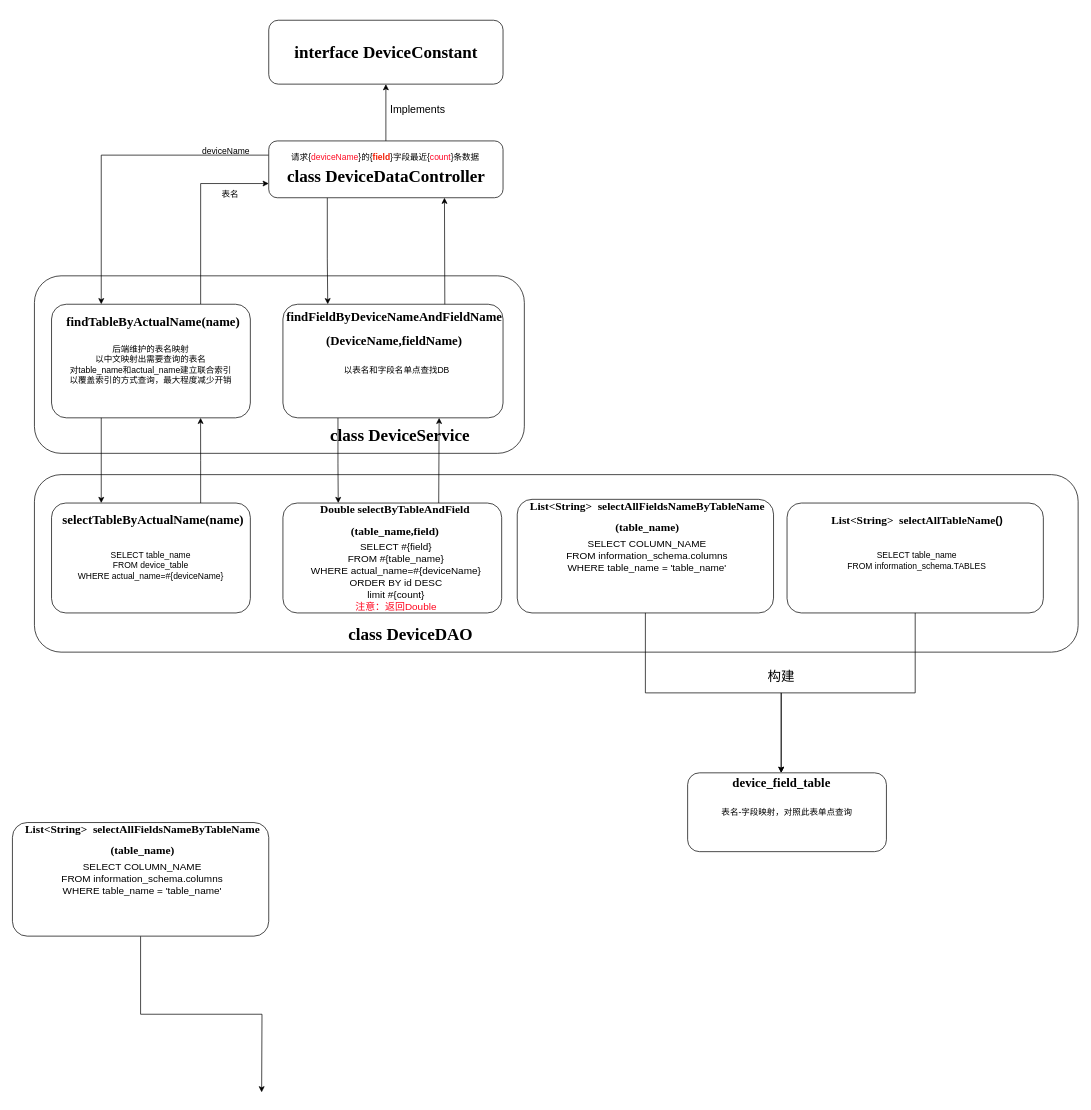
Before: 未命名绘图.drawio in RK-JD/DrawIO, a draw.io diagram. Source tidied: cells renumbered, new cells numbered last; positions are measured from the earlier drawing's top-left corner, leaving out a move shared by most shapes. Both pictures are drawn from the tidied source at 71%, with x=0, y=0 at pixel (12, 20).
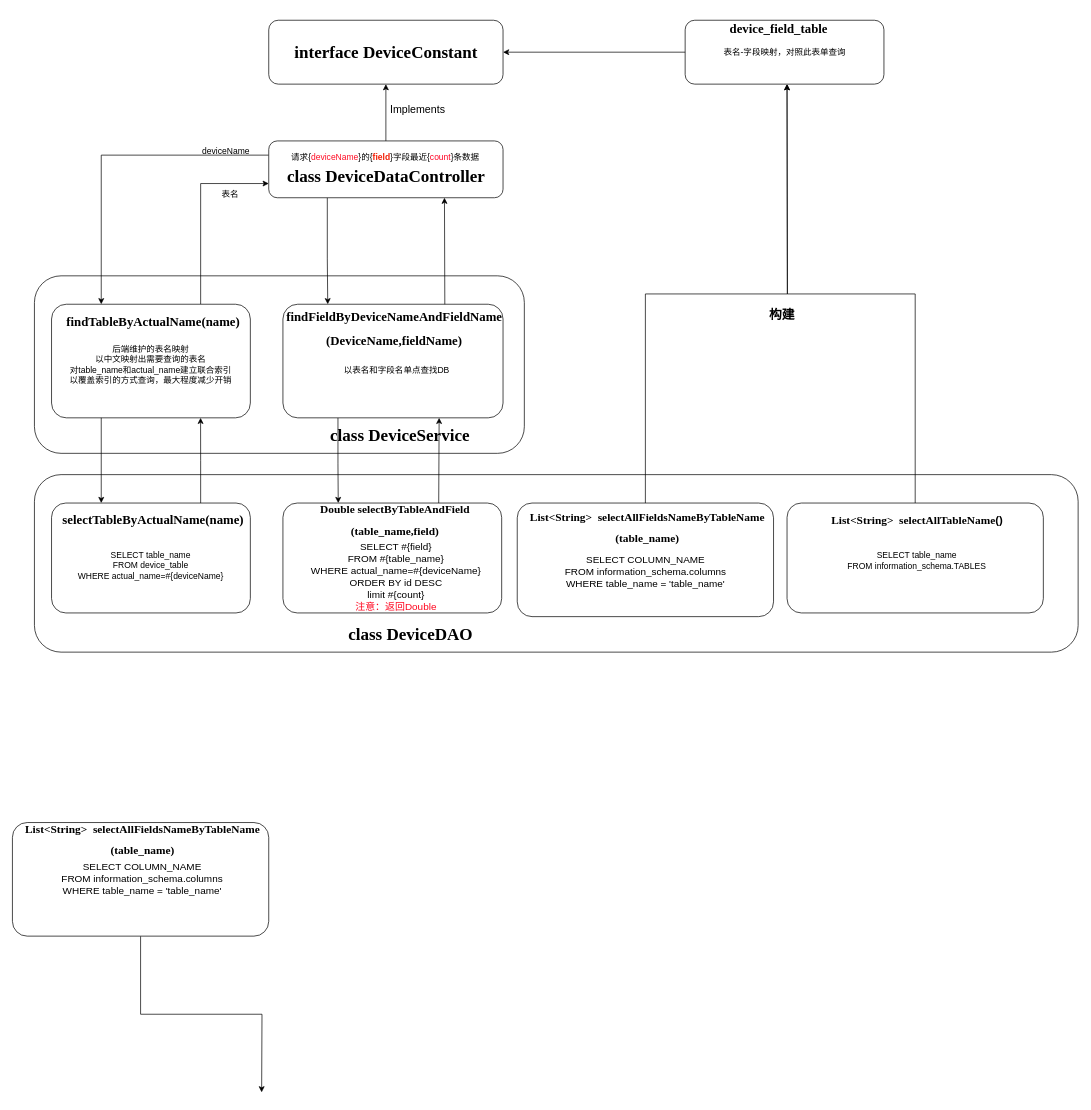
The same diagram, later.

Commit message:
更新未命名绘图.drawio

Unchanged cells that the change refers to:
```xml
<mxCell id="8" style="rounded=1;whiteSpace=wrap;html=1;" parent="1" vertex="1">
  <mxGeometry x="361" width="330" height="90" as="geometry" />
</mxCell>
<mxCell id="49" style="group;" parent="48" vertex="1">
  <mxGeometry width="361" height="154.8" as="geometry" />
</mxCell>
<mxCell id="50" style="rounded=1;whiteSpace=wrap;html=1;arcSize=13;" parent="49" vertex="1">
  <mxGeometry width="361" height="154.8" as="geometry" />
</mxCell>
```

What changed in the source:
```diff
@@
+    <mxCell id="64" style="edgeStyle=orthogonalEdgeStyle;rounded=0;jettySize=auto;html=1;exitX=0.5;exitY=0;exitDx=0;exitDy=0;" parent="49" edge="1" source="50">
+      <mxGeometry relative="1" as="geometry">
+        <mxPoint y="-590" as="targetPoint" />
+      </mxGeometry>
+    </mxCell>
@@
+    <mxCell id="65" style="group;" parent="1" vertex="1">
+      <mxGeometry x="941" width="286.5" height="90" as="geometry" />
+    </mxCell>
-    <mxCell id="53" value="表名-字段映射，对照此表单点查询" style="rounded=1;whiteSpace=wrap;html=1;" parent="1" vertex="1">
-      <mxGeometry x="951" y="1060" width="280" height="111" as="geometry" />
+    <mxCell id="53" value="表名-字段映射，对照此表单查询" style="rounded=1;whiteSpace=wrap;html=1;" parent="65" vertex="1">
+      <mxGeometry x="6.5" width="280" height="90" as="geometry" />
     </mxCell>
-    <mxCell id="54" value="&lt;h1 style=&quot;border-color: var(--border-color); font-size: 18px;&quot;&gt;&lt;font face=&quot;Times New Roman&quot;&gt;device_field_table&lt;/font&gt;&lt;/h1&gt;" style="text;html=1;strokeColor=none;fillColor=none;align=center;verticalAlign=middle;whiteSpace=wrap;rounded=0;fontSize=18;" parent="1" vertex="1">
-      <mxGeometry x="944.5" y="1060" width="276.5" height="29" as="geometry" />
+    <mxCell id="54" value="&lt;h1 style=&quot;border-color: var(--border-color); font-size: 18px;&quot;&gt;&lt;font face=&quot;Times New Roman&quot;&gt;device_field_table&lt;/font&gt;&lt;/h1&gt;" style="text;html=1;strokeColor=none;fillColor=none;align=center;verticalAlign=middle;whiteSpace=wrap;rounded=0;fontSize=18;" parent="65" vertex="1">
+      <mxGeometry width="276.5" height="23.5" as="geometry" />
     </mxCell>
-    <mxCell id="55" style="group;" parent="1" vertex="1">
-      <mxGeometry x="711" y="674.8" width="361" height="160" as="geometry" />
-    </mxCell>
-    <mxCell id="56" style="group;" parent="55" vertex="1">
-      <mxGeometry width="361" height="160" as="geometry" />
-    </mxCell>
-    <mxCell id="57" style="group;" parent="56" vertex="1">
-      <mxGeometry width="361" height="160" as="geometry" />
-    </mxCell>
-    <mxCell id="58" style="rounded=1;whiteSpace=wrap;html=1;arcSize=13;" parent="57" vertex="1">
-      <mxGeometry width="361" height="160" as="geometry" />
+    <mxCell id="58" style="rounded=1;whiteSpace=wrap;html=1;arcSize=13;" parent="1" vertex="1">
+      <mxGeometry x="711" y="680" width="361" height="160" as="geometry" />
     </mxCell>
-    <mxCell id="59" value="&lt;h1 style=&quot;border-color: var(--border-color); font-size: 16px;&quot;&gt;&lt;font style=&quot;border-color: var(--border-color); font-size: 16px;&quot; face=&quot;Times New Roman&quot;&gt;List&amp;lt;String&amp;gt;&amp;nbsp; selectAllFieldsNameByTableName&lt;/font&gt;&lt;/h1&gt;&lt;h1 style=&quot;border-color: var(--border-color); font-size: 16px;&quot;&gt;&lt;font style=&quot;border-color: var(--border-color); font-size: 16px;&quot; face=&quot;Times New Roman&quot;&gt;(table_name)&lt;/font&gt;&lt;/h1&gt;" style="text;html=1;strokeColor=none;fillColor=none;align=center;verticalAlign=middle;whiteSpace=wrap;rounded=0;fontSize=16;spacing=2;" parent="57" vertex="1">
-      <mxGeometry x="5.6" y="9.7" width="355.4" height="29" as="geometry" />
+    <mxCell id="59" value="&lt;h1 style=&quot;border-color: var(--border-color); font-size: 16px;&quot;&gt;&lt;font style=&quot;border-color: var(--border-color); font-size: 16px;&quot; face=&quot;Times New Roman&quot;&gt;List&amp;lt;String&amp;gt;&amp;nbsp; selectAllFieldsNameByTableName&lt;/font&gt;&lt;/h1&gt;&lt;h1 style=&quot;border-color: var(--border-color); font-size: 16px;&quot;&gt;&lt;font style=&quot;border-color: var(--border-color); font-size: 16px;&quot; face=&quot;Times New Roman&quot;&gt;(table_name)&lt;/font&gt;&lt;/h1&gt;" style="text;html=1;strokeColor=none;fillColor=none;align=center;verticalAlign=middle;whiteSpace=wrap;rounded=0;fontSize=16;spacing=2;" parent="1" vertex="1">
+      <mxGeometry x="716.6" y="700" width="355.4" height="29" as="geometry" />
     </mxCell>
+    <mxCell id="66" style="edgeStyle=orthogonalEdgeStyle;rounded=0;jettySize=auto;html=1;exitX=0.5;exitY=0;exitDx=0;exitDy=0;" parent="1" edge="1" source="58">
+      <mxGeometry relative="1" as="geometry">
+        <mxPoint x="1091" y="90" as="targetPoint" />
+      </mxGeometry>
+    </mxCell>
-    <mxCell id="60" value="&lt;font style=&quot;font-size: 14px;&quot;&gt;SELECT COLUMN_NAME &lt;br&gt;FROM information_schema.columns &lt;br&gt;WHERE table_name = 'table_name'&lt;br&gt;&lt;/font&gt;" style="text;whiteSpace=wrap;html=1;align=center;" parent="57" vertex="1">
-      <mxGeometry x="38.4" y="47.4" width="289.8" height="60" as="geometry" />
+    <mxCell id="60" value="&lt;font style=&quot;font-size: 14px;&quot;&gt;SELECT COLUMN_NAME &lt;br&gt;FROM information_schema.columns &lt;br&gt;WHERE table_name = 'table_name'&lt;br&gt;&lt;/font&gt;" style="text;whiteSpace=wrap;html=1;align=center;" parent="1" vertex="1">
+      <mxGeometry x="746.6" y="745.2" width="289.8" height="60" as="geometry" />
     </mxCell>
-    <mxCell id="61" style="edgeStyle=orthogonalEdgeStyle;rounded=0;jettySize=auto;html=1;exitX=0.5;exitY=1;exitDx=0;exitDy=0;" parent="1" edge="1" source="58" target="54">
-      <mxGeometry relative="1" as="geometry" />
-    </mxCell>
-    <mxCell id="62" style="edgeStyle=orthogonalEdgeStyle;rounded=0;jettySize=auto;html=1;exitX=0.5;exitY=1;exitDx=0;exitDy=0;entryX=0.5;entryY=0;entryDx=0;entryDy=0;" parent="1" edge="1" source="50" target="54">
-      <mxGeometry relative="1" as="geometry" />
-    </mxCell>
+    <mxCell id="67" style="edgeStyle=orthogonalEdgeStyle;rounded=0;jettySize=auto;html=1;exitX=0;exitY=0.5;exitDx=0;exitDy=0;entryX=1;entryY=0.5;entryDx=0;entryDy=0;" parent="1" edge="1" source="53" target="8">
+      <mxGeometry relative="1" as="geometry" />
+    </mxCell>
-    <mxCell id="63" value="构建" style="text;html=1;strokeColor=none;fillColor=none;align=center;verticalAlign=middle;whiteSpace=wrap;rounded=0;fontSize=19;" parent="1" vertex="1">
-      <mxGeometry x="1052.8" y="910" width="60" height="30" as="geometry" />
+    <mxCell id="63" value="&lt;h2&gt;构建&lt;/h2&gt;" style="text;html=1;strokeColor=none;fillColor=none;align=center;verticalAlign=middle;whiteSpace=wrap;rounded=0;" parent="1" vertex="1">
+      <mxGeometry x="1054.2" y="400" width="60" height="30" as="geometry" />
     </mxCell>
```
